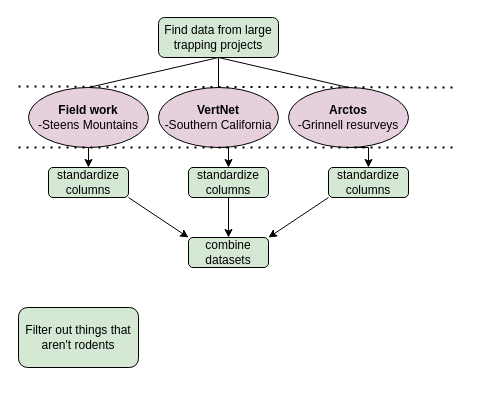
This is Untitled Diagram.drawio from asemerdj/Not-Thesis, a draw.io file, before an edit. Source tidied: cells renumbered, new cells numbered last; positions are measured from the earlier drawing's top-left corner, leaving out a move shared by most shapes. Both pictures are drawn from the tidied source at 100%, with x=0, y=0 at pixel (18, 17).
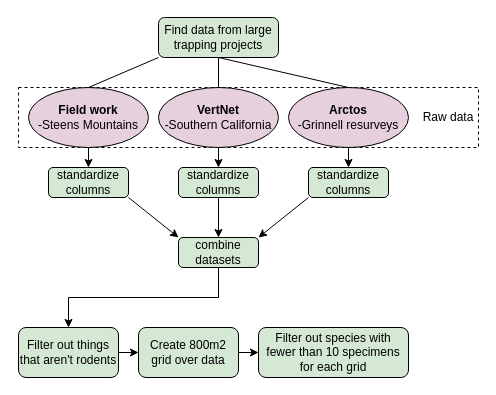
The same page after the edit.

Unchanged cells that the change refers to:
```xml
<mxCell id="2" value="Find data from large trapping projects" style="rounded=1;whiteSpace=wrap;html=1;fontSize=12;glass=0;strokeWidth=1;shadow=0;fillColor=#D5E8D4;" parent="1" vertex="1">
  <mxGeometry x="140" width="120" height="40" as="geometry" />
</mxCell>
<mxCell id="4" value="&lt;b&gt;Field work&lt;/b&gt;&lt;br&gt;-Steens Mountains" style="ellipse;whiteSpace=wrap;html=1;fillColor=#E6D0DE;" parent="1" vertex="1">
  <mxGeometry x="10" y="70" width="120" height="60" as="geometry" />
</mxCell>
<mxCell id="6" value="&lt;b&gt;VertNet&lt;/b&gt;&lt;br&gt;-Southern California" style="ellipse;whiteSpace=wrap;html=1;fillColor=#E6D0DE;" parent="1" vertex="1">
  <mxGeometry x="140" y="70" width="120" height="60" as="geometry" />
</mxCell>
<mxCell id="8" value="&lt;b&gt;Arctos&lt;/b&gt;&lt;br&gt;-Grinnell resurveys" style="ellipse;whiteSpace=wrap;html=1;fillColor=#E6D0DE;" parent="1" vertex="1">
  <mxGeometry x="270" y="70" width="120" height="60" as="geometry" />
</mxCell>
```

Diff of the diagram source:
```diff
@@
+    <mxCell id="22" style="rounded=0;whiteSpace=wrap;html=1;strokeColor=#000000;fillColor=none;shadow=0;dashed=1;" parent="1" vertex="1">
+      <mxGeometry y="70" width="460" height="60" as="geometry" />
+    </mxCell>
@@
-    <mxCell id="5" style="edgeStyle=orthogonalEdgeStyle;rounded=0;jettySize=auto;html=1;exitX=0.5;exitY=1;exitDx=0;exitDy=0;entryX=0.5;entryY=0;entryDx=0;entryDy=0;" parent="1" edge="1" source="6" target="14">
-      <mxGeometry relative="1" as="geometry" />
-    </mxCell>
@@
-    <mxCell id="7" style="edgeStyle=orthogonalEdgeStyle;rounded=0;jettySize=auto;html=1;exitX=0.5;exitY=1;exitDx=0;exitDy=0;entryX=0.5;entryY=0;entryDx=0;entryDy=0;" parent="1" edge="1" source="8" target="15">
-      <mxGeometry relative="1" as="geometry" />
-    </mxCell>
@@
-    <mxCell id="11" style="endArrow=none;html=1;rounded=0;exitX=0.5;exitY=0;exitDx=0;exitDy=0;entryX=0.5;entryY=1;entryDx=0;entryDy=0;" parent="1" edge="1" source="4" target="2">
-      <mxGeometry relative="1" as="geometry" />
-    </mxCell>
+    <mxCell id="23" style="edgeStyle=orthogonalEdgeStyle;rounded=0;jettySize=auto;html=1;exitX=1;exitY=0.5;exitDx=0;exitDy=0;entryX=0;entryY=0.5;entryDx=0;entryDy=0;" parent="1" edge="1" source="12" target="27">
+      <mxGeometry relative="1" as="geometry" />
+    </mxCell>
     <mxCell id="12" value="Filter out things that aren't rodents" style="rounded=1;whiteSpace=wrap;html=1;strokeColor=#000000;fillColor=#D5E8D4;" parent="1" vertex="1">
-      <mxGeometry y="290" width="120" height="60" as="geometry" />
+      <mxGeometry y="310" width="100" height="50" as="geometry" />
     </mxCell>
@@
     <mxCell id="14" value="standardize columns" style="rounded=1;whiteSpace=wrap;html=1;strokeColor=#000000;fillColor=#D5E8D4;" parent="1" vertex="1">
-      <mxGeometry x="170" y="150" width="80" height="30" as="geometry" />
+      <mxGeometry x="160" y="150" width="80" height="30" as="geometry" />
     </mxCell>
     <mxCell id="15" value="standardize columns" style="rounded=1;whiteSpace=wrap;html=1;strokeColor=#000000;fillColor=#D5E8D4;" parent="1" vertex="1">
-      <mxGeometry x="310" y="150" width="80" height="30" as="geometry" />
+      <mxGeometry x="290" y="150" width="80" height="30" as="geometry" />
     </mxCell>
+    <mxCell id="24" style="edgeStyle=orthogonalEdgeStyle;rounded=0;jettySize=auto;html=1;exitX=0.5;exitY=1;exitDx=0;exitDy=0;entryX=0.5;entryY=0;entryDx=0;entryDy=0;" parent="1" edge="1" source="16" target="12">
+      <mxGeometry relative="1" as="geometry" />
+    </mxCell>
     <mxCell id="16" value="combine datasets" style="rounded=1;whiteSpace=wrap;html=1;strokeColor=#000000;fillColor=#D5E8D4;" parent="1" vertex="1">
-      <mxGeometry x="170" y="220" width="80" height="30" as="geometry" />
+      <mxGeometry x="160" y="220" width="80" height="30" as="geometry" />
     </mxCell>
@@
-    <mxCell id="20" style="endArrow=none;dashed=1;html=1;dashPattern=1 3;strokeWidth=2;rounded=0;" parent="1" edge="1">
-      <mxGeometry relative="1" as="geometry">
-        <mxPoint y="130" as="sourcePoint" />
-        <mxPoint x="440" y="130" as="targetPoint" />
-      </mxGeometry>
-    </mxCell>
-    <mxCell id="21" style="endArrow=none;dashed=1;html=1;dashPattern=1 3;strokeWidth=2;rounded=0;" parent="1" edge="1">
-      <mxGeometry relative="1" as="geometry">
-        <mxPoint y="69" as="sourcePoint" />
-        <mxPoint x="440" y="70" as="targetPoint" />
-      </mxGeometry>
-    </mxCell>
+    <mxCell id="25" value="Raw data" style="text;html=1;strokeColor=none;fillColor=none;align=center;verticalAlign=middle;whiteSpace=wrap;rounded=0;" parent="1" vertex="1">
+      <mxGeometry x="400" y="85" width="60" height="30" as="geometry" />
+    </mxCell>
+    <mxCell id="11" style="endArrow=none;html=1;rounded=0;exitX=0.5;exitY=0;exitDx=0;exitDy=0;entryX=0;entryY=1;entryDx=0;entryDy=0;" parent="1" edge="1" source="4" target="2">
+      <mxGeometry relative="1" as="geometry" />
+    </mxCell>
+    <mxCell id="5" style="endArrow=classic;html=1;rounded=0;entryX=0.5;entryY=0;entryDx=0;entryDy=0;exitX=0.5;exitY=1;exitDx=0;exitDy=0;" parent="1" edge="1" source="6" target="14">
+      <mxGeometry relative="1" as="geometry" />
+    </mxCell>
+    <mxCell id="7" style="endArrow=classic;html=1;rounded=0;entryX=0.5;entryY=0;entryDx=0;entryDy=0;" parent="1" edge="1" source="8" target="15">
+      <mxGeometry relative="1" as="geometry" />
+    </mxCell>
+    <mxCell id="26" style="edgeStyle=orthogonalEdgeStyle;rounded=0;jettySize=auto;html=1;exitX=1;exitY=0.5;exitDx=0;exitDy=0;entryX=0;entryY=0.5;entryDx=0;entryDy=0;" parent="1" edge="1" source="27" target="28">
+      <mxGeometry relative="1" as="geometry" />
+    </mxCell>
+    <mxCell id="27" value="Create 800m2 grid over data" style="rounded=1;whiteSpace=wrap;html=1;strokeColor=#000000;fillColor=#D5E8D4;" parent="1" vertex="1">
+      <mxGeometry x="120" y="310" width="100" height="50" as="geometry" />
+    </mxCell>
+    <mxCell id="28" value="Filter out species with fewer than 10 specimens for each grid" style="rounded=1;whiteSpace=wrap;html=1;strokeColor=#000000;fillColor=#D5E8D4;" parent="1" vertex="1">
+      <mxGeometry x="240" y="310" width="150" height="50" as="geometry" />
+    </mxCell>
```
